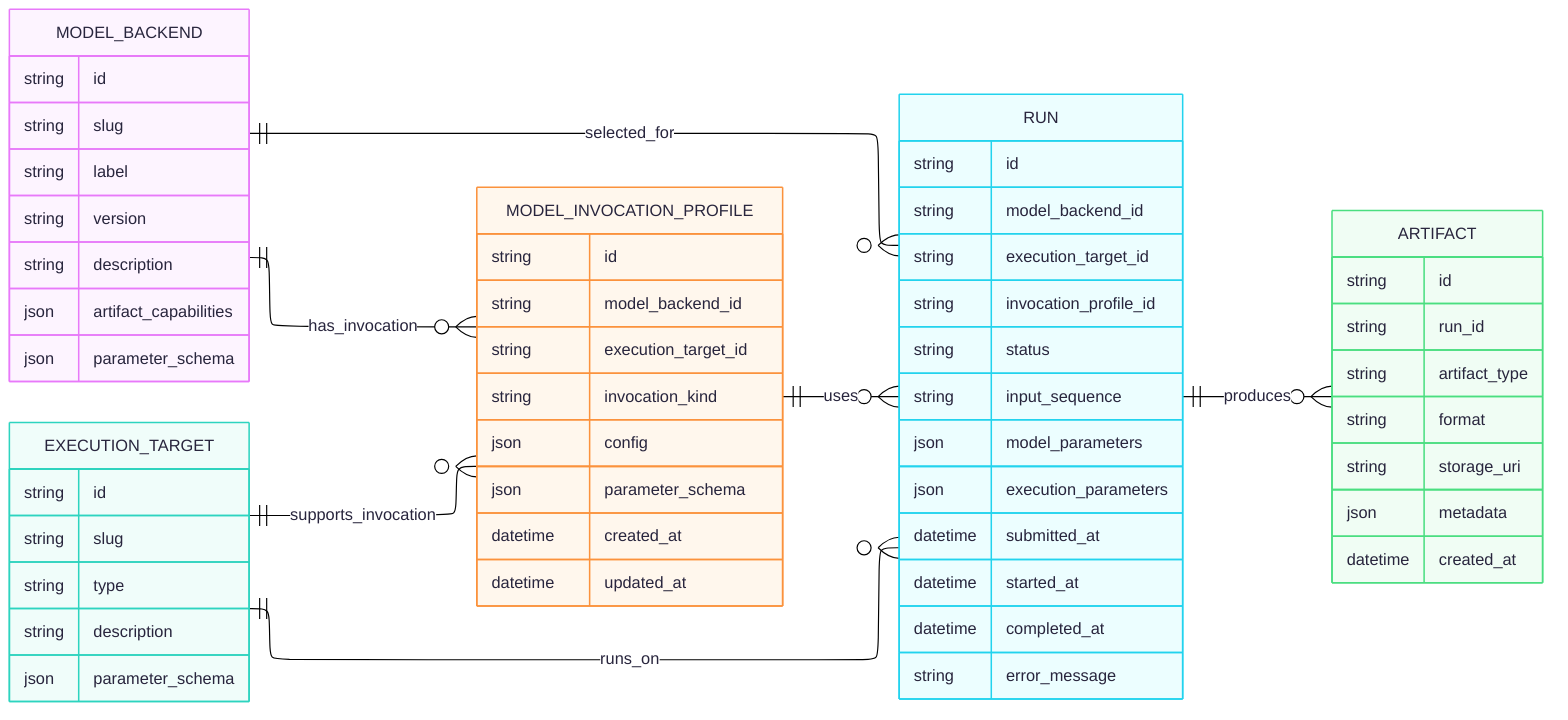
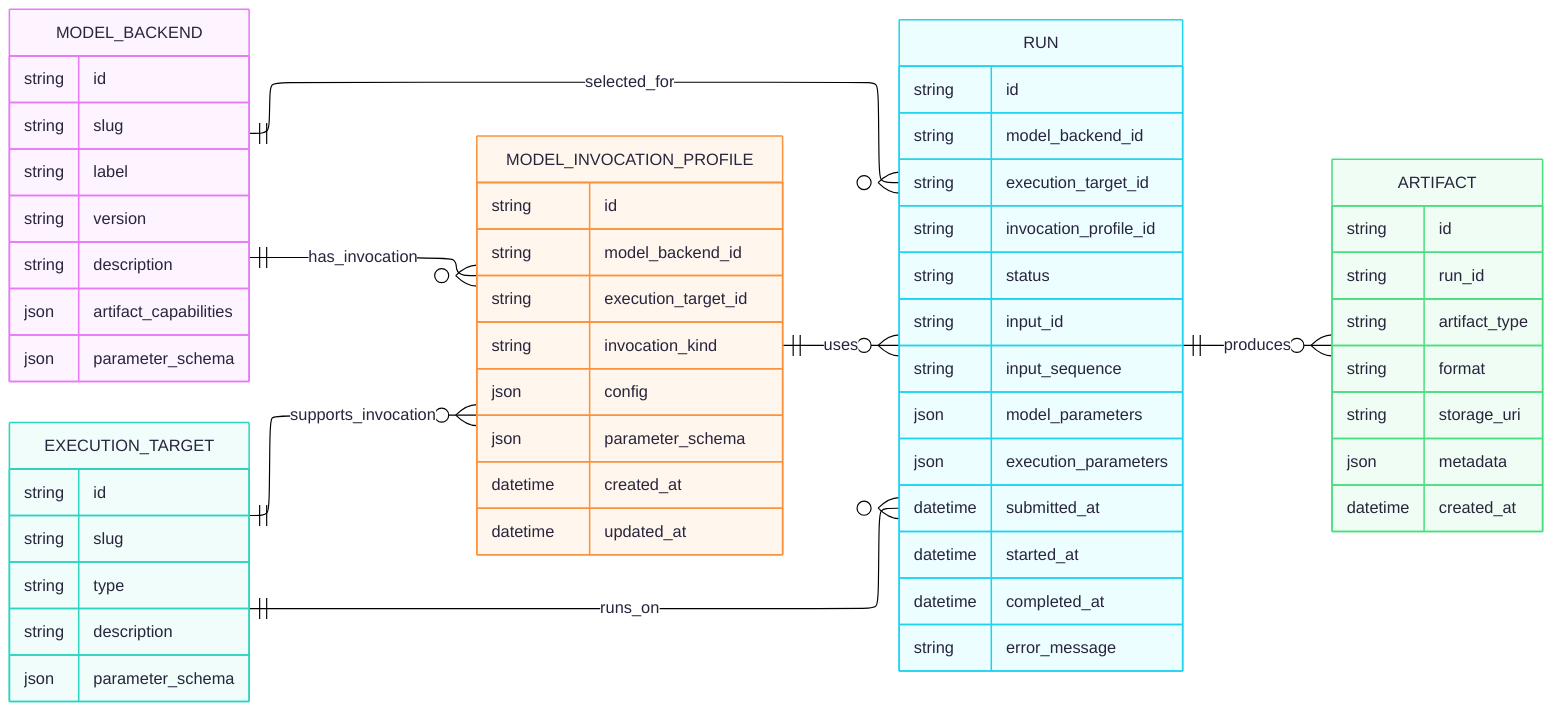
---
config:
  layout: elk
  theme: redux-color
---
erDiagram
    direction LR

    MODEL_BACKEND {
        string id
        string slug
        string label
        string version
        string description
        json artifact_capabilities
        json parameter_schema
    }

    EXECUTION_TARGET {
        string id
        string slug
        string type
        string description
        json parameter_schema
    }

    MODEL_INVOCATION_PROFILE {
        string id
        string model_backend_id
        string execution_target_id
        string invocation_kind
        json config
        json parameter_schema
        datetime created_at
        datetime updated_at
    }

    RUN {
        string id
        string model_backend_id
        string execution_target_id
        string invocation_profile_id
        string status
+         string input_id
        string input_sequence
        json model_parameters
        json execution_parameters
        datetime submitted_at
        datetime started_at
        datetime completed_at
        string error_message
    }

    ARTIFACT {
        string id
        string run_id
        string artifact_type
        string format
        string storage_uri
        json metadata
        datetime created_at
    }

    MODEL_BACKEND ||--o{ RUN : "selected_for"
    EXECUTION_TARGET ||--o{ RUN : "runs_on"
    MODEL_INVOCATION_PROFILE ||--o{ RUN : "uses"

    MODEL_BACKEND ||--o{ MODEL_INVOCATION_PROFILE : "has_invocation"
    EXECUTION_TARGET ||--o{ MODEL_INVOCATION_PROFILE : "supports_invocation"

    RUN ||--o{ ARTIFACT : "produces"